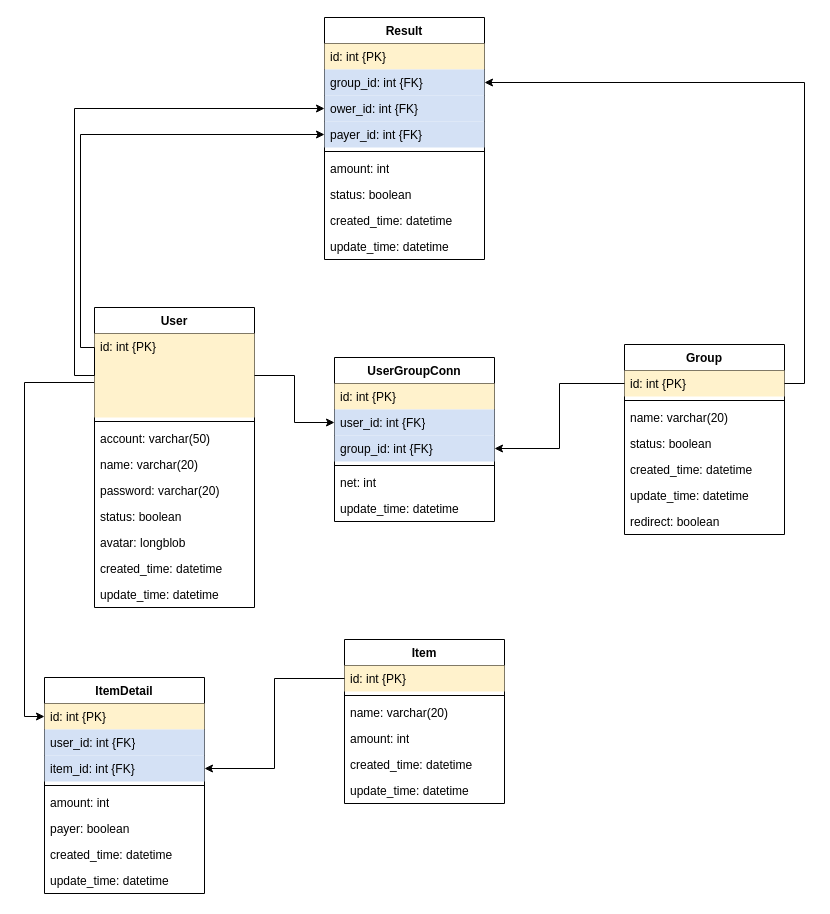
Above: ERmodel.drawio in PH010546/Split-Wizard-Spring-Boot (draw.io), before the change. Source tidied: cells renumbered, new cells numbered last; positions are measured from the earlier drawing's top-left corner, leaving out a move shared by most shapes. Both pictures are drawn from the tidied source at 100%, with x=0, y=0 at pixel (44, 17).
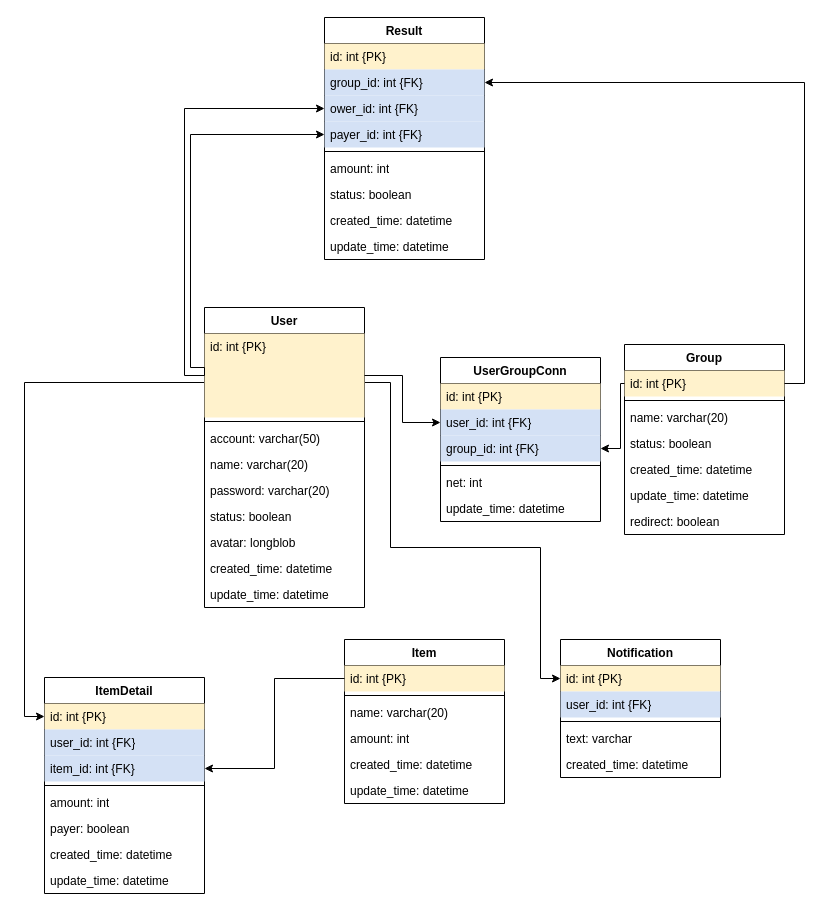
The same diagram, later.

Commit message:
add the Notification table

Unchanged cells that the change refers to:
```xml
<mxCell id="4" value="id: int {PK}" style="text;strokeColor=none;fillColor=#FFF2CC;align=left;verticalAlign=top;spacingLeft=4;spacingRight=4;overflow=hidden;points=[[0,0.5],[1,0.5]];portConstraint=eastwest;whiteSpace=wrap;html=1;" parent="3" vertex="1">
  <mxGeometry y="26" width="160" height="84" as="geometry" />
</mxCell>
<mxCell id="14" value="id: int {PK}" style="text;strokeColor=none;fillColor=#FFF2CC;align=left;verticalAlign=top;spacingLeft=4;spacingRight=4;overflow=hidden;points=[[0,0.5],[1,0.5]];portConstraint=eastwest;whiteSpace=wrap;html=1;" parent="13" vertex="1">
  <mxGeometry y="26" width="160" height="26" as="geometry" />
</mxCell>
<mxCell id="24" value="group_id: int {FK}" style="text;strokeColor=none;fillColor=#D4E1F5;align=left;verticalAlign=top;spacingLeft=4;spacingRight=4;overflow=hidden;points=[[0,0.5],[1,0.5]];portConstraint=eastwest;whiteSpace=wrap;html=1;" parent="21" vertex="1">
  <mxGeometry y="78" width="160" height="26" as="geometry" />
</mxCell>
<mxCell id="48" value="payer_id: int {FK}" style="text;strokeColor=none;fillColor=#D4E1F5;align=left;verticalAlign=top;spacingLeft=4;spacingRight=4;overflow=hidden;points=[[0,0.5],[1,0.5]];portConstraint=eastwest;whiteSpace=wrap;html=1;" parent="44" vertex="1">
  <mxGeometry y="104" width="160" height="26" as="geometry" />
</mxCell>
```

Diff of the diagram source:
```diff
@@
+    <mxCell id="60" style="edgeStyle=orthogonalEdgeStyle;rounded=0;jettySize=auto;html=1;exitX=1;exitY=0.25;exitDx=0;exitDy=0;entryX=0;entryY=0.5;entryDx=0;entryDy=0;" parent="1" edge="1" source="3" target="62">
+      <mxGeometry relative="1" as="geometry">
+        <Array as="points">
+          <mxPoint x="346" y="365" />
+          <mxPoint x="346" y="530" />
+          <mxPoint x="496" y="530" />
+          <mxPoint x="496" y="661" />
+        </Array>
+      </mxGeometry>
+    </mxCell>
     <mxCell id="3" value="User" style="swimlane;fontStyle=1;align=center;verticalAlign=top;horizontal=1;startSize=26;whiteSpace=wrap;html=1;" parent="1" vertex="1">
-      <mxGeometry x="50" y="290" width="160" height="300" as="geometry" />
+      <mxGeometry x="160" y="290" width="160" height="300" as="geometry" />
     </mxCell>
@@
     <mxCell id="21" value="UserGroupConn" style="swimlane;fontStyle=1;align=center;verticalAlign=top;horizontal=1;startSize=26;whiteSpace=wrap;html=1;" parent="1" vertex="1">
-      <mxGeometry x="290" y="340" width="160" height="164" as="geometry" />
+      <mxGeometry x="396" y="340" width="160" height="164" as="geometry" />
     </mxCell>
@@
     <mxCell id="54" style="edgeStyle=orthogonalEdgeStyle;rounded=0;jettySize=auto;html=1;exitX=0;exitY=0.5;exitDx=0;exitDy=0;entryX=1;entryY=0.5;entryDx=0;entryDy=0;" parent="1" edge="1" source="14" target="24">
-      <mxGeometry relative="1" as="geometry" />
+      <mxGeometry relative="1" as="geometry">
+        <Array as="points">
+          <mxPoint x="576" y="366" />
+          <mxPoint x="576" y="431" />
+        </Array>
+      </mxGeometry>
     </mxCell>
@@
     <mxCell id="57" style="edgeStyle=orthogonalEdgeStyle;rounded=0;jettySize=auto;html=1;exitX=0;exitY=0.5;exitDx=0;exitDy=0;entryX=0;entryY=0.5;entryDx=0;entryDy=0;" parent="1" edge="1" source="4" target="48">
       <mxGeometry relative="1" as="geometry">
         <Array as="points">
-          <mxPoint x="50" y="330" />
-          <mxPoint x="36" y="330" />
-          <mxPoint x="36" y="117" />
+          <mxPoint x="160" y="350" />
+          <mxPoint x="146" y="350" />
+          <mxPoint x="146" y="117" />
         </Array>
       </mxGeometry>
     </mxCell>
@@
+    <mxCell id="61" value="Notification" style="swimlane;fontStyle=1;align=center;verticalAlign=top;horizontal=1;startSize=26;whiteSpace=wrap;html=1;" parent="1" vertex="1">
+      <mxGeometry x="516" y="622" width="160" height="138" as="geometry" />
+    </mxCell>
+    <mxCell id="62" value="id: int {PK}" style="text;strokeColor=none;fillColor=#FFF2CC;align=left;verticalAlign=top;spacingLeft=4;spacingRight=4;overflow=hidden;points=[[0,0.5],[1,0.5]];portConstraint=eastwest;whiteSpace=wrap;html=1;" parent="61" vertex="1">
+      <mxGeometry y="26" width="160" height="26" as="geometry" />
+    </mxCell>
+    <mxCell id="63" value="user_id: int {FK}" style="text;strokeColor=none;fillColor=#D4E1F5;align=left;verticalAlign=top;spacingLeft=4;spacingRight=4;overflow=hidden;whiteSpace=wrap;html=1;" parent="61" vertex="1">
+      <mxGeometry y="52" width="160" height="26" as="geometry" />
+    </mxCell>
+    <mxCell id="64" style="line;strokeWidth=1;fillColor=none;align=left;verticalAlign=middle;spacingTop=-1;spacingLeft=3;spacingRight=3;labelPosition=right;strokeColor=inherit;" parent="61" vertex="1">
+      <mxGeometry y="78" width="160" height="8" as="geometry" />
+    </mxCell>
+    <mxCell id="65" value="text: varchar" style="text;strokeColor=none;fillColor=none;align=left;verticalAlign=top;spacingLeft=4;spacingRight=4;overflow=hidden;whiteSpace=wrap;html=1;" parent="61" vertex="1">
+      <mxGeometry y="86" width="160" height="26" as="geometry" />
+    </mxCell>
+    <mxCell id="66" value="created_time: datetime" style="text;strokeColor=none;fillColor=none;align=left;verticalAlign=top;spacingLeft=4;spacingRight=4;overflow=hidden;whiteSpace=wrap;html=1;" parent="61" vertex="1">
+      <mxGeometry y="112" width="160" height="26" as="geometry" />
+    </mxCell>
```
